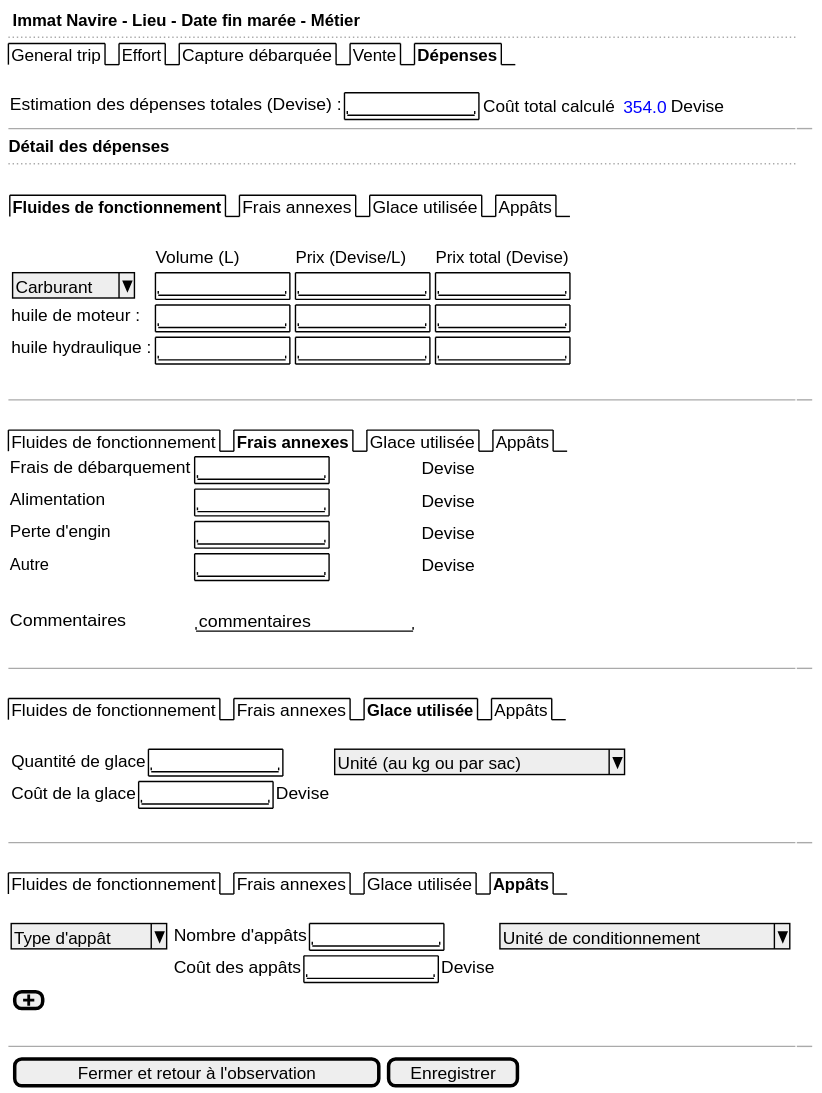
The PlantUML diagram use-case/collect/trip/landing-ui-expenses.svg in sumaris-net/sumaris-doc, before a commit. Its source is kept beside it as use-case/collect/trip/landing-ui-expenses.puml.
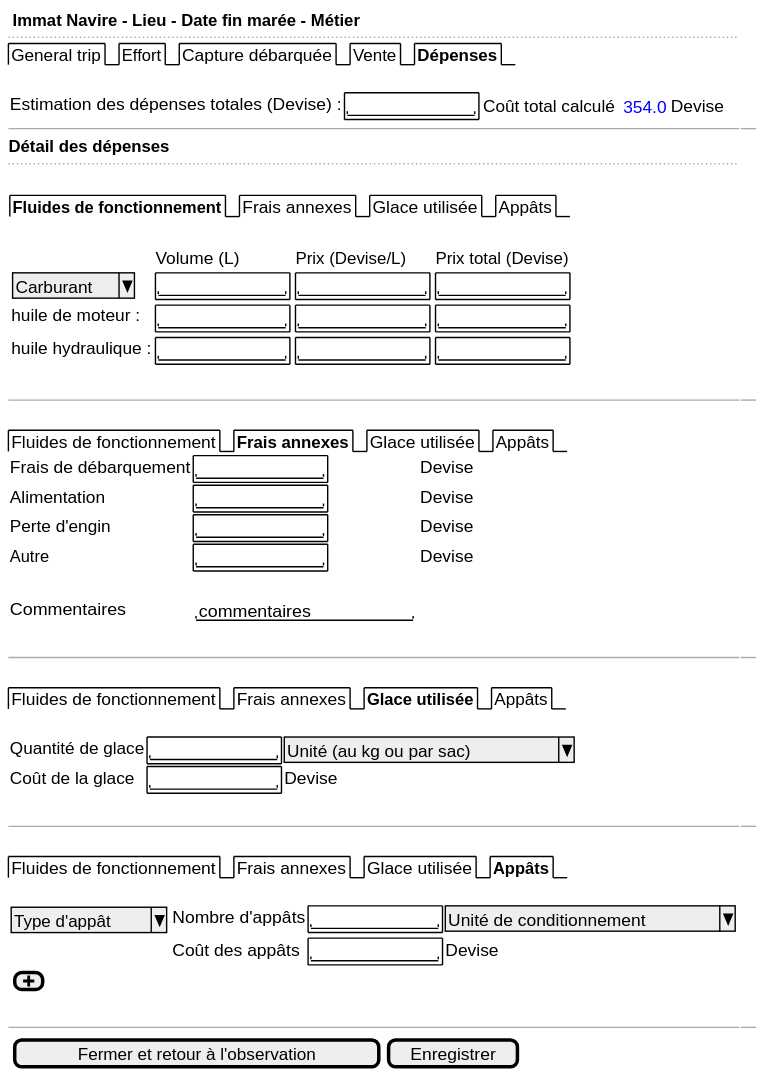
After the commit.

Change to the diagram source:
```diff
@@ -24,10 +24,10 @@
   .
     {/ Fluides de fonctionnement | <b>Frais annexes | Glace utilisée | Appâts }
    {
-    Frais de débarquement | { {+"           " } } | {Devise}
-    Alimentation          | { {+"           " } } | {Devise}
-    Perte d'engin         | { {+"           " } } | {Devise}
-    Autre                 | { {+"           " } } | {Devise}
+    Frais de débarquement | {+"           " } | Devise
+    Alimentation          | {+"           " } | Devise
+    Perte d'engin         | {+"           " } | Devise
+    Autre                 | {+"           " } | Devise
     .
     Commentaires              | { "commentaires       "}
   }
@@ -37,8 +37,8 @@
     {/ Fluides de fonctionnement | Frais annexes | <b>Glace utilisée | Appâts }
     .
   {
-    {Quantité de glace | {+"           " } }  | { ^Unité (au kg ou par sac)^ }
-    { Coût de la glace | {+"           " }  | Devise}
+    Quantité de glace | {+"           " }  | ^Unité (au kg ou par sac)^
+    Coût de la glace | {+"           " }  | Devise
   }
   .
   -- | --
@@ -46,8 +46,8 @@
     {/ Fluides de fonctionnement | Frais annexes | Glace utilisée | <b>Appâts }
     .
    {
-    { ^Type d'appât^ } | {Nombre d'appâts {+"           " } } | { ^Unité de conditionnement^ }
-    . | { Coût des appâts | {+"           " } | Devise}
+    { ^Type d'appât^ } | Nombre d'appâts {+"           " } | ^Unité de conditionnement^
+    . | Coût des appâts | {+"           " } | Devise
     {[<&plus>] }
   }
   .
```
